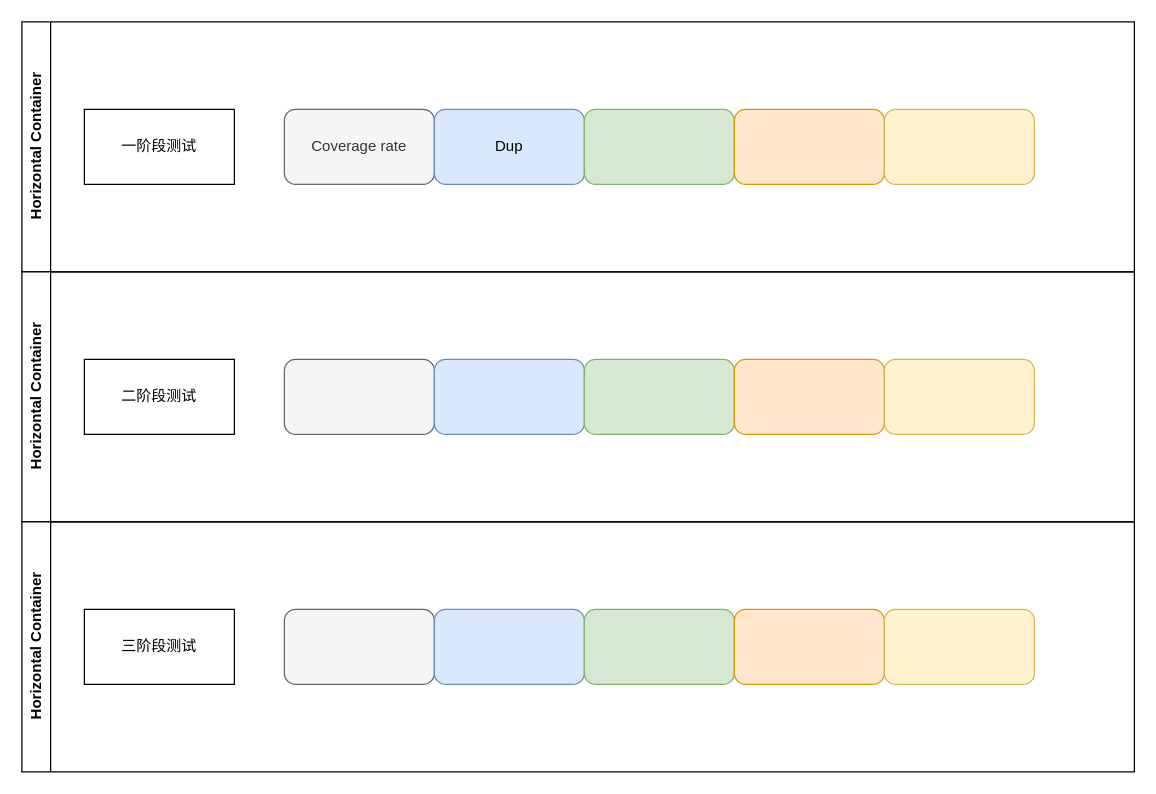
Earlier version of the draw.io diagram Untitled Diagram.drawio (JennySong924/flowchart). Source tidied: cells renumbered, new cells numbered last; positions are measured from the earlier drawing's top-left corner, leaving out a move shared by most shapes. Both pictures are drawn from the tidied source at 125%, with x=0, y=0 at pixel (21, 21).
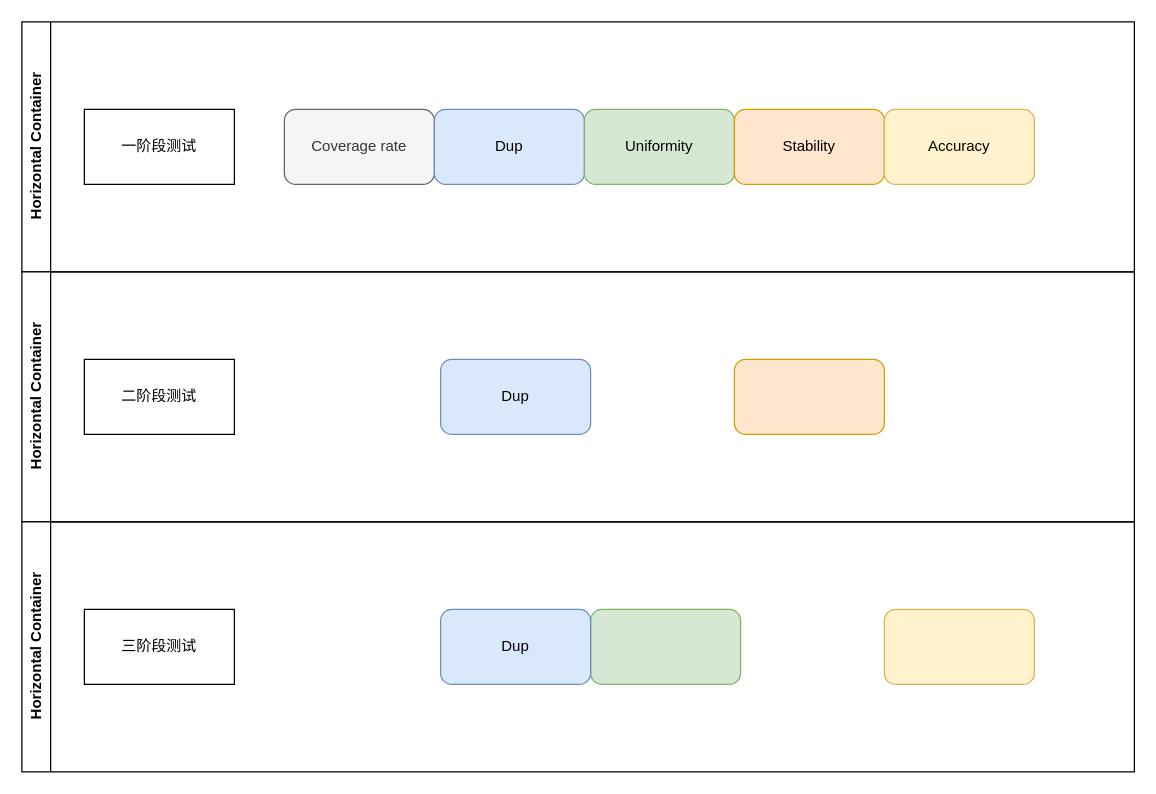
Above is the later version.

Unchanged cells that the change refers to:
```xml
<mxCell id="2" value="Horizontal Container" style="swimlane;horizontal=0;whiteSpace=wrap;html=1;" parent="1" vertex="1">
  <mxGeometry width="890" height="200" as="geometry" />
</mxCell>
<mxCell id="9" value="Horizontal Container" style="swimlane;horizontal=0;whiteSpace=wrap;html=1;" parent="1" vertex="1">
  <mxGeometry y="200" width="890" height="200" as="geometry" />
</mxCell>
<mxCell id="16" value="Horizontal Container" style="swimlane;horizontal=0;whiteSpace=wrap;html=1;" parent="1" vertex="1">
  <mxGeometry y="400" width="890" height="200" as="geometry" />
</mxCell>
```

Diff of the diagram source:
```diff
@@
-    <mxCell id="6" style="rounded=1;whiteSpace=wrap;html=1;fillColor=#d5e8d4;strokeColor=#82b366;" parent="2" vertex="1">
+    <mxCell id="6" value="Uniformity" style="rounded=1;whiteSpace=wrap;html=1;fillColor=#d5e8d4;strokeColor=#82b366;" parent="2" vertex="1">
       <mxGeometry x="450" y="70" width="120" height="60" as="geometry" />
     </mxCell>
-    <mxCell id="7" style="rounded=1;whiteSpace=wrap;html=1;fillColor=#ffe6cc;strokeColor=#d79b00;" parent="2" vertex="1">
+    <mxCell id="7" value="Stability" style="rounded=1;whiteSpace=wrap;html=1;fillColor=#ffe6cc;strokeColor=#d79b00;" parent="2" vertex="1">
       <mxGeometry x="570" y="70" width="120" height="60" as="geometry" />
     </mxCell>
-    <mxCell id="8" style="rounded=1;whiteSpace=wrap;html=1;fillColor=#fff2cc;strokeColor=#d6b656;" parent="2" vertex="1">
+    <mxCell id="8" value="Accuracy" style="rounded=1;whiteSpace=wrap;html=1;fillColor=#fff2cc;strokeColor=#d6b656;" parent="2" vertex="1">
       <mxGeometry x="690" y="70" width="120" height="60" as="geometry" />
     </mxCell>
@@
-    <mxCell id="11" style="rounded=1;whiteSpace=wrap;html=1;fillColor=#f5f5f5;strokeColor=#666666;fontColor=#333333;" parent="9" vertex="1">
-      <mxGeometry x="210" y="70" width="120" height="60" as="geometry" />
-    </mxCell>
-    <mxCell id="12" style="rounded=1;whiteSpace=wrap;html=1;fillColor=#dae8fc;strokeColor=#6c8ebf;" parent="9" vertex="1">
-      <mxGeometry x="330" y="70" width="120" height="60" as="geometry" />
-    </mxCell>
-    <mxCell id="13" style="rounded=1;whiteSpace=wrap;html=1;fillColor=#d5e8d4;strokeColor=#82b366;" parent="9" vertex="1">
-      <mxGeometry x="450" y="70" width="120" height="60" as="geometry" />
-    </mxCell>
@@
-    <mxCell id="15" style="rounded=1;whiteSpace=wrap;html=1;fillColor=#fff2cc;strokeColor=#d6b656;" parent="9" vertex="1">
-      <mxGeometry x="690" y="70" width="120" height="60" as="geometry" />
-    </mxCell>
+    <mxCell id="23" value="Dup" style="rounded=1;whiteSpace=wrap;html=1;fillColor=#dae8fc;strokeColor=#6c8ebf;" parent="9" vertex="1">
+      <mxGeometry x="335" y="70" width="120" height="60" as="geometry" />
+    </mxCell>
@@
-    <mxCell id="18" style="rounded=1;whiteSpace=wrap;html=1;fillColor=#f5f5f5;strokeColor=#666666;fontColor=#333333;" parent="16" vertex="1">
-      <mxGeometry x="210" y="70" width="120" height="60" as="geometry" />
-    </mxCell>
-    <mxCell id="19" style="rounded=1;whiteSpace=wrap;html=1;fillColor=#dae8fc;strokeColor=#6c8ebf;" parent="16" vertex="1">
-      <mxGeometry x="330" y="70" width="120" height="60" as="geometry" />
-    </mxCell>
     <mxCell id="20" style="rounded=1;whiteSpace=wrap;html=1;fillColor=#d5e8d4;strokeColor=#82b366;" parent="16" vertex="1">
-      <mxGeometry x="450" y="70" width="120" height="60" as="geometry" />
+      <mxGeometry x="455" y="70" width="120" height="60" as="geometry" />
     </mxCell>
-    <mxCell id="21" style="rounded=1;whiteSpace=wrap;html=1;fillColor=#ffe6cc;strokeColor=#d79b00;" parent="16" vertex="1">
-      <mxGeometry x="570" y="70" width="120" height="60" as="geometry" />
-    </mxCell>
@@
+    <mxCell id="24" value="Dup" style="rounded=1;whiteSpace=wrap;html=1;fillColor=#dae8fc;strokeColor=#6c8ebf;" parent="16" vertex="1">
+      <mxGeometry x="335" y="70" width="120" height="60" as="geometry" />
+    </mxCell>
```
